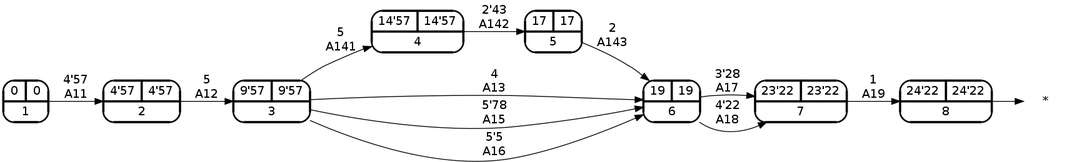
srug86/pgsiesi keeps this Graphviz diagram as Trabajos/T3/img/grafo_el_análisis.png. Above is the earlier version. Its source is kept beside it as Trabajos/T3/img/grafo_el_análisis.dot.
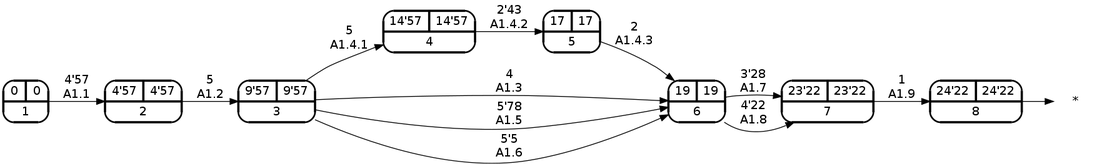
After the commit.

What changed in the source:
```diff
@@ -10,16 +10,16 @@
 	7 [shape=record, label="{ 23'22 | 23'22 } | 7"];
 	8 [shape=record, label="{ 24'22 | 24'22 } | 8"];
 	node [shape = circle];
-	1 -> 2 [label = "4'57" + "\nA11"];
-	2 -> 3 [label = "5" + "\nA12"];
-	3 -> 6 [label = "4" + "\nA13"];
-	3 -> 4 [label = "5" + "\nA141"];
-	3 -> 6 [label = "5'78" + "\nA15"];
-	3 -> 6 [label = "5'5" + "\nA16"];
-	4 -> 5 [label = "2'43" + "\nA142"];
-	5 -> 6 [label = "2" + "\nA143"];
-	6 -> 7 [label = "3'28" + "\nA17"];
-	6 -> 7 [label = "4'22" + "\nA18"];
-	7 -> 8 [label = "1" + "\nA19"];
+	1 -> 2 [label = "4'57" + "\nA1.1"];
+	2 -> 3 [label = "5" + "\nA1.2"];
+	3 -> 6 [label = "4" + "\nA1.3"];
+	3 -> 4 [label = "5" + "\nA1.4.1"];
+	3 -> 6 [label = "5'78" + "\nA1.5"];
+	3 -> 6 [label = "5'5" + "\nA1.6"];
+	4 -> 5 [label = "2'43" + "\nA1.4.2"];
+	5 -> 6 [label = "2" + "\nA1.4.3"];
+	6 -> 7 [label = "3'28" + "\nA1.7"];
+	6 -> 7 [label = "4'22" + "\nA1.8"];
+	7 -> 8 [label = "1" + "\nA1.9"];
 	8 -> "*";
 }
```
